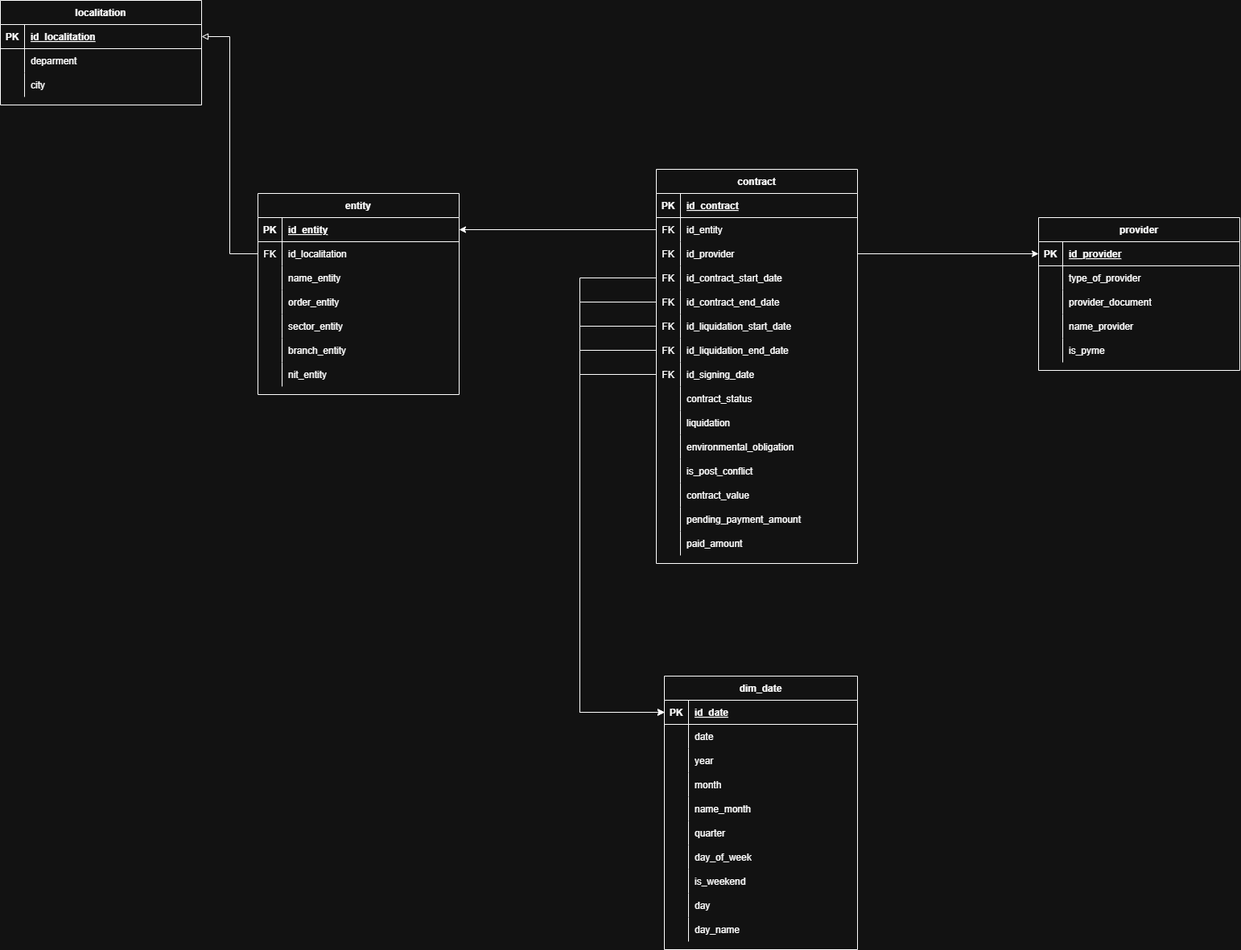
bryanmg20/secop2-etl-pipeline keeps this draw.io diagram as assets/database_model.png. Above is the earlier version. Source tidied: cells renumbered, new cells last; positions are measured from the earlier drawing's top-left corner, leaving out a move shared by most shapes.
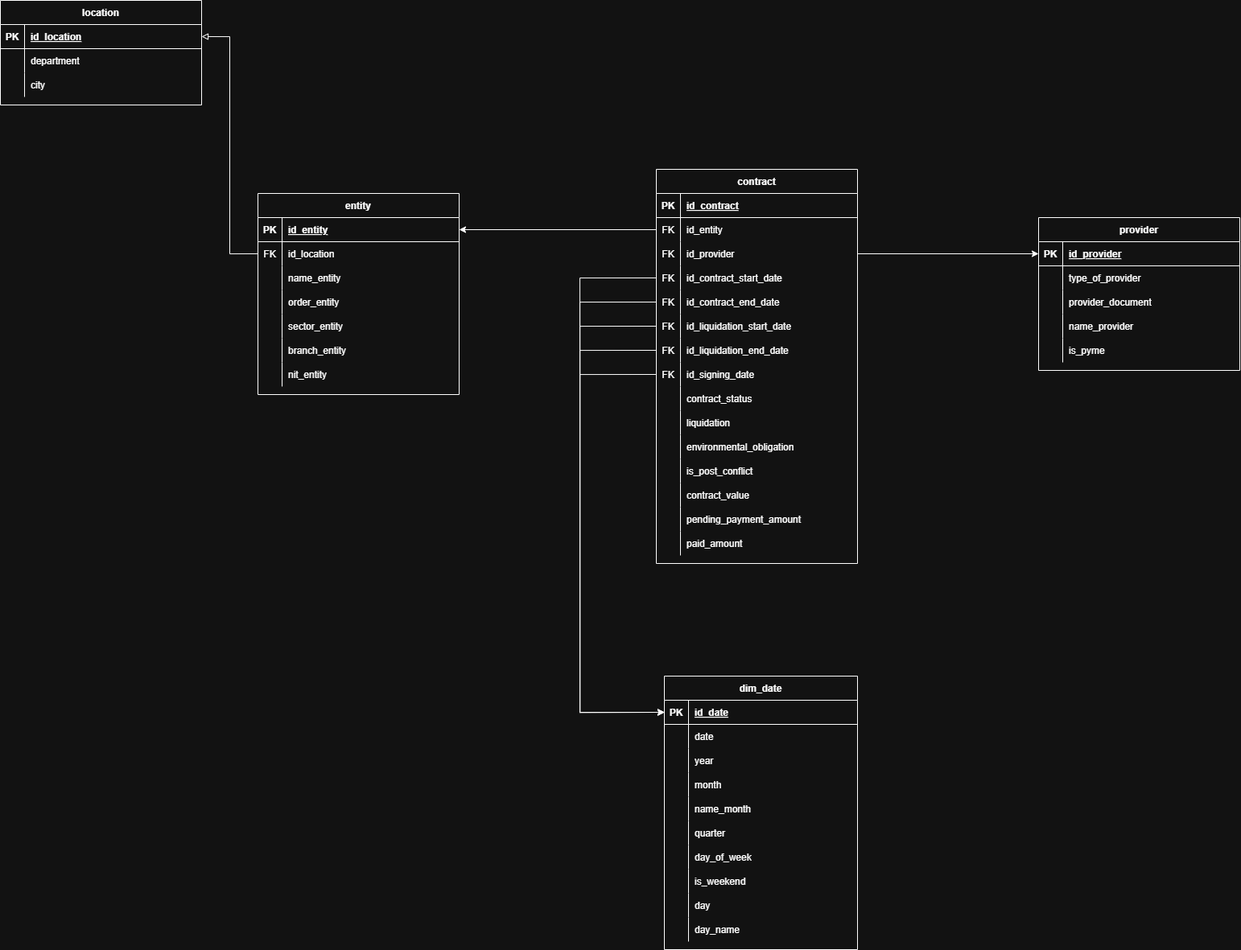
Above is the later version.

Commit message:
docs: fix typos in data model diagram and update readme

What changed in the source:
```diff
@@ -2,7 +2,7 @@
   <root>
     <mxCell id="0" />
     <mxCell id="1" parent="0" />
-    <mxCell id="2" value="localitation" style="shape=table;startSize=30;rowLines=0;fontStyle=1;align=center;" parent="1" vertex="1">
+    <mxCell id="2" value="location" style="shape=table;startSize=30;rowLines=0;fontStyle=1;align=center;" parent="1" vertex="1">
       <mxGeometry width="250" height="130" as="geometry" />
     </mxCell>
     <mxCell id="3" style="shape=partialRectangle;fillColor=none;points=[[0,0.5],[1,0.5]];portConstraint=eastwest;top=0;left=0;right=0;bottom=1;" parent="2" vertex="1">
@@ -11,7 +11,7 @@
     <mxCell id="4" value="PK" style="shape=partialRectangle;overflow=hidden;fillColor=none;top=0;left=0;bottom=0;right=0;fontStyle=1;" parent="3" vertex="1">
       <mxGeometry width="30" height="30" as="geometry" />
     </mxCell>
-    <mxCell id="5" value="id_localitation" style="shape=partialRectangle;overflow=hidden;fillColor=none;top=0;left=0;bottom=0;right=0;align=left;spacingLeft=6;fontStyle=5;" parent="3" vertex="1">
+    <mxCell id="5" value="id_location" style="shape=partialRectangle;overflow=hidden;fillColor=none;top=0;left=0;bottom=0;right=0;align=left;spacingLeft=6;fontStyle=5;" parent="3" vertex="1">
       <mxGeometry x="30" width="220" height="30" as="geometry" />
     </mxCell>
     <mxCell id="6" style="shape=partialRectangle;fillColor=none;top=0;left=0;right=0;bottom=0;" parent="2" vertex="1">
@@ -20,7 +20,7 @@
     <mxCell id="7" style="shape=partialRectangle;overflow=hidden;fillColor=none;top=0;left=0;bottom=0;right=0;" parent="6" vertex="1">
       <mxGeometry width="30" height="30" as="geometry" />
     </mxCell>
-    <mxCell id="8" value="deparment" style="shape=partialRectangle;overflow=hidden;fillColor=none;top=0;left=0;bottom=0;right=0;align=left;spacingLeft=6;" parent="6" vertex="1">
+    <mxCell id="8" value="department" style="shape=partialRectangle;overflow=hidden;fillColor=none;top=0;left=0;bottom=0;right=0;align=left;spacingLeft=6;" parent="6" vertex="1">
       <mxGeometry x="30" width="220" height="30" as="geometry" />
     </mxCell>
     <mxCell id="9" style="shape=partialRectangle;fillColor=none;top=0;left=0;right=0;bottom=0;" parent="2" vertex="1">
@@ -50,7 +50,7 @@
     <mxCell id="17" value="FK" style="shape=partialRectangle;overflow=hidden;fillColor=none;top=0;left=0;bottom=0;right=0;" parent="16" vertex="1">
       <mxGeometry width="30" height="30" as="geometry" />
     </mxCell>
-    <mxCell id="18" value="id_localitation" style="shape=partialRectangle;overflow=hidden;fillColor=none;top=0;left=0;bottom=0;right=0;align=left;spacingLeft=6;" parent="16" vertex="1">
+    <mxCell id="18" value="id_location" style="shape=partialRectangle;overflow=hidden;fillColor=none;top=0;left=0;bottom=0;right=0;align=left;spacingLeft=6;" parent="16" vertex="1">
       <mxGeometry x="30" width="220" height="30" as="geometry" />
     </mxCell>
     <mxCell id="19" style="shape=partialRectangle;fillColor=none;top=0;left=0;right=0;bottom=0;" parent="12" vertex="1">
```
